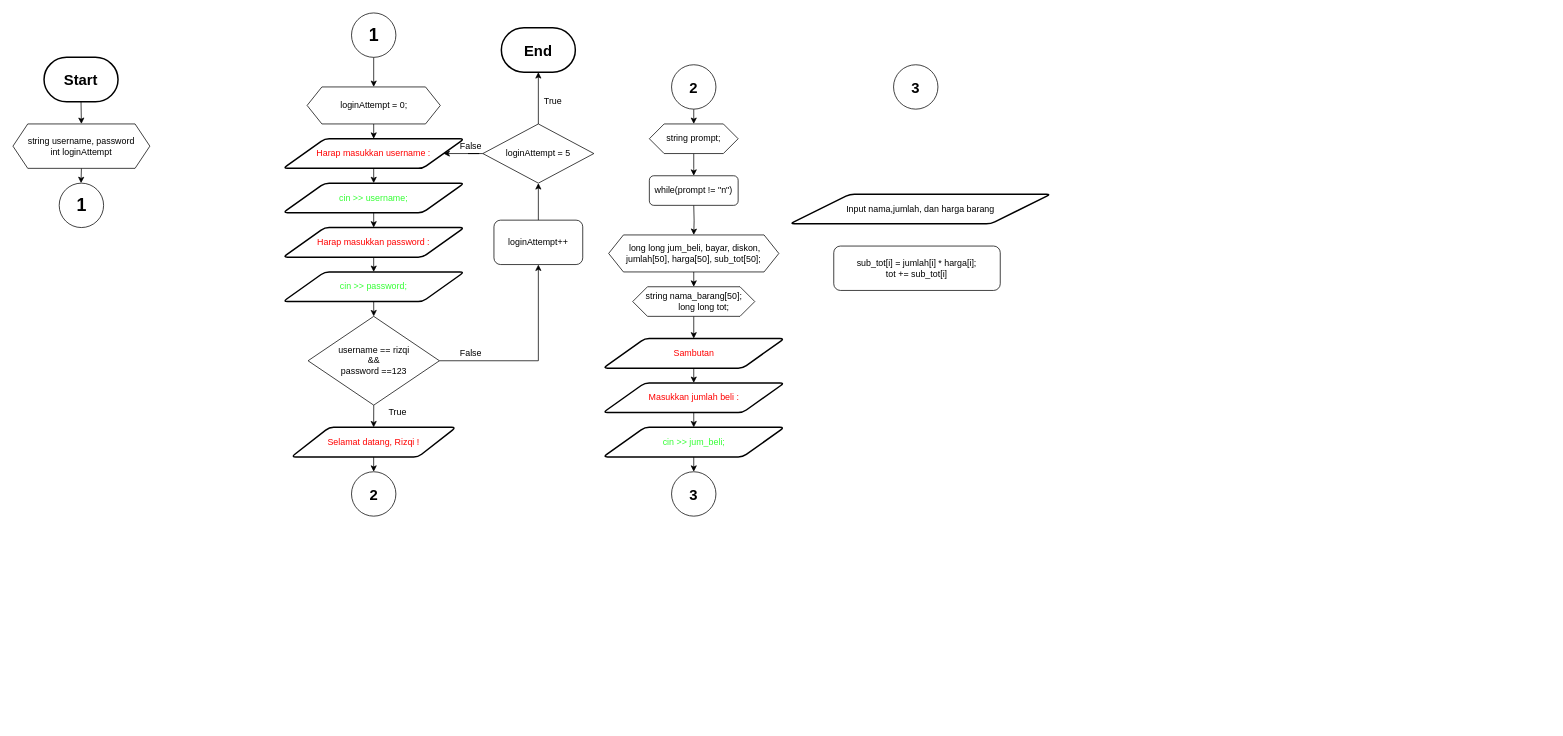
The draw.io diagram Pemrograman Dasar/UAS/Untitled Diagram.drawio in Rizqirazkafi/Kuliah, before the edit. Source tidied: cells renumbered, new cells numbered last; positions are measured from the earlier drawing's top-left corner, leaving out a move shared by most shapes. Both pictures are drawn from the tidied source at 74%, with x=0, y=0 at pixel (13, 13).
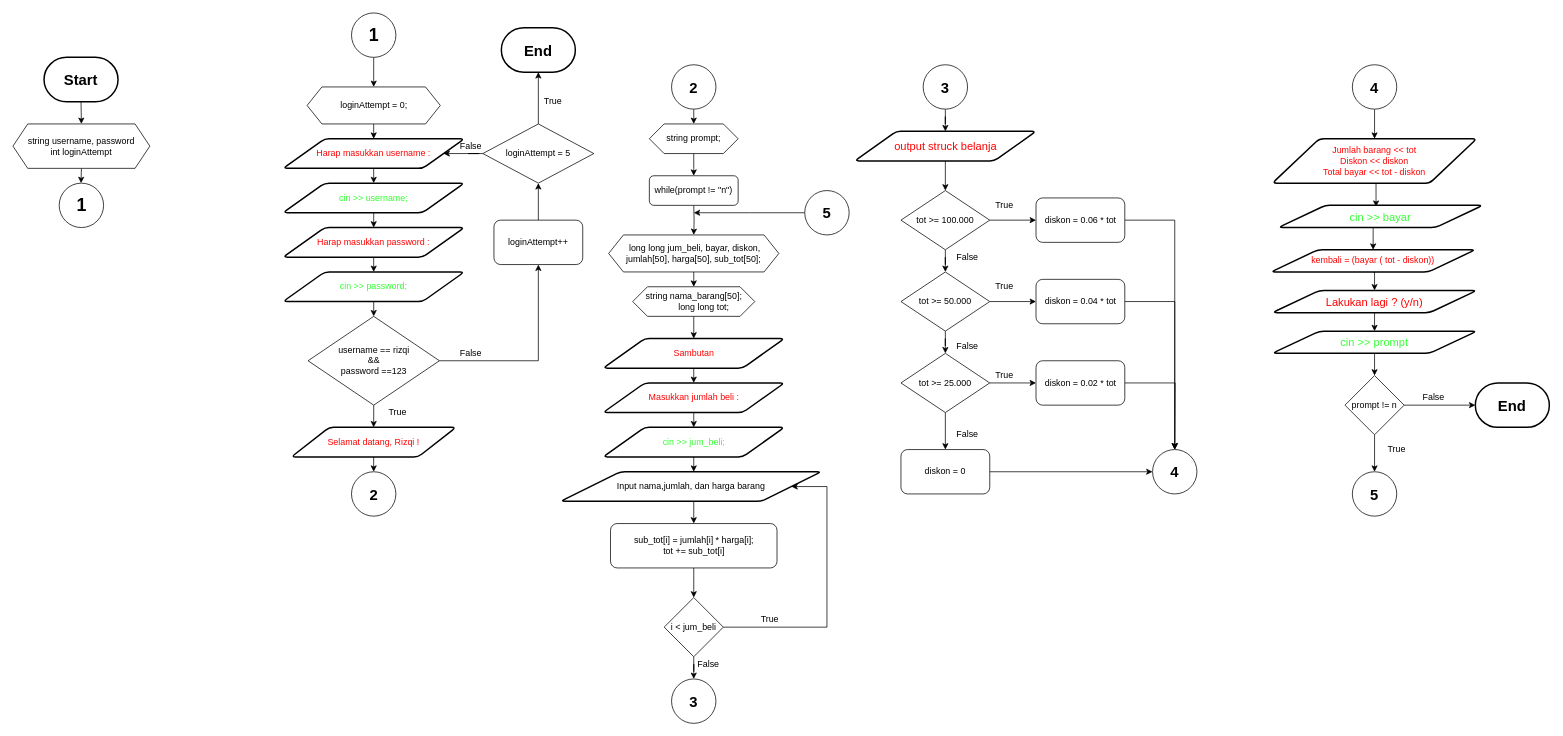
Above is the later version.

Unchanged cells that the change refers to:
```xml
<mxCell id="43" value="&lt;font color=&quot;#33FF33&quot;&gt;cin &amp;gt;&amp;gt; jum_beli;&lt;/font&gt;" style="shape=parallelogram;html=1;strokeWidth=2;perimeter=parallelogramPerimeter;whiteSpace=wrap;rounded=1;arcSize=12;size=0.23;" parent="1" vertex="1">
  <mxGeometry x="797.5" y="560" width="245" height="40" as="geometry" />
</mxCell>
```

What changed in the source:
```diff
@@
-    <mxCell id="42" style="edgeStyle=orthogonalEdgeStyle;rounded=0;jettySize=auto;html=1;exitX=0.5;exitY=1;exitDx=0;exitDy=0;entryX=0.5;entryY=0;entryDx=0;entryDy=0;" parent="1" edge="1" source="43" target="48">
-      <mxGeometry relative="1" as="geometry" />
+    <mxCell id="42" style="edgeStyle=orthogonalEdgeStyle;rounded=0;jettySize=auto;html=1;exitX=0.5;exitY=1;exitDx=0;exitDy=0;entryX=0.5;entryY=0;entryDx=0;entryDy=0;" parent="1" edge="1" source="43">
+      <mxGeometry relative="1" as="geometry">
+        <mxPoint x="920" y="620" as="targetPoint" />
+      </mxGeometry>
     </mxCell>
@@
-    <mxCell id="48" value="&lt;b&gt;&lt;font style=&quot;font-size: 20px&quot;&gt;3&lt;/font&gt;&lt;/b&gt;" style="ellipse;whiteSpace=wrap;html=1;" parent="1" vertex="1">
-      <mxGeometry x="890" y="620" width="60" height="60" as="geometry" />
-    </mxCell>
@@
-    <mxCell id="51" value="&lt;b&gt;&lt;font style=&quot;font-size: 20px&quot;&gt;3&lt;/font&gt;&lt;/b&gt;" style="ellipse;whiteSpace=wrap;html=1;" parent="1" vertex="1">
-      <mxGeometry x="1190" y="70" width="60" height="60" as="geometry" />
-    </mxCell>
@@
+    <mxCell id="55" style="edgeStyle=orthogonalEdgeStyle;rounded=0;jettySize=auto;html=1;exitX=0.5;exitY=1;exitDx=0;exitDy=0;entryX=0.5;entryY=0;entryDx=0;entryDy=0;" parent="1" edge="1" source="53" target="54">
+      <mxGeometry relative="1" as="geometry" />
+    </mxCell>
     <mxCell id="53" value="Input nama,jumlah, dan harga barang" style="shape=parallelogram;html=1;strokeWidth=2;perimeter=parallelogramPerimeter;whiteSpace=wrap;rounded=1;arcSize=12;size=0.23;" parent="1" vertex="1">
-      <mxGeometry x="1050" y="245" width="352.5" height="40" as="geometry" />
+      <mxGeometry x="740" y="620" width="352.5" height="40" as="geometry" />
     </mxCell>
+    <mxCell id="56" style="edgeStyle=orthogonalEdgeStyle;rounded=0;jettySize=auto;html=1;" parent="1" edge="1" source="54" target="59">
+      <mxGeometry relative="1" as="geometry" />
+    </mxCell>
     <mxCell id="54" value="&lt;div&gt;sub_tot[i] = jumlah[i] * harga[i];&lt;/div&gt;&lt;div&gt;tot += sub_tot[i]&lt;br&gt;&lt;/div&gt;" style="rounded=1;whiteSpace=wrap;html=1;" parent="1" vertex="1">
-      <mxGeometry x="1109.2" y="315" width="225" height="60" as="geometry" />
+      <mxGeometry x="807.5" y="690" width="225" height="60" as="geometry" />
     </mxCell>
+    <mxCell id="57" style="edgeStyle=orthogonalEdgeStyle;rounded=0;jettySize=auto;html=1;exitX=1;exitY=0.5;exitDx=0;exitDy=0;entryX=1;entryY=0.5;entryDx=0;entryDy=0;" parent="1" edge="1" source="59" target="53">
+      <mxGeometry relative="1" as="geometry">
+        <Array as="points">
+          <mxPoint x="1100" y="830" />
+          <mxPoint x="1100" y="640" />
+        </Array>
+      </mxGeometry>
+    </mxCell>
+    <mxCell id="58" style="edgeStyle=orthogonalEdgeStyle;rounded=0;jettySize=auto;html=1;" parent="1" edge="1" source="59" target="60">
+      <mxGeometry relative="1" as="geometry" />
+    </mxCell>
+    <mxCell id="59" value="i &amp;lt; jum_beli " style="rhombus;whiteSpace=wrap;html=1;" parent="1" vertex="1">
+      <mxGeometry x="880" y="790" width="80" height="80" as="geometry" />
+    </mxCell>
+    <mxCell id="60" value="&lt;b&gt;&lt;font style=&quot;font-size: 20px&quot;&gt;3&lt;/font&gt;&lt;/b&gt;" style="ellipse;whiteSpace=wrap;html=1;" parent="1" vertex="1">
+      <mxGeometry x="890" y="900" width="60" height="60" as="geometry" />
+    </mxCell>
+    <mxCell id="61" value="True" style="text;html=1;strokeColor=none;fillColor=none;align=center;verticalAlign=middle;whiteSpace=wrap;rounded=0;" parent="1" vertex="1">
+      <mxGeometry x="1002.5" y="810" width="40" height="20" as="geometry" />
+    </mxCell>
+    <mxCell id="62" value="False" style="text;html=1;strokeColor=none;fillColor=none;align=center;verticalAlign=middle;whiteSpace=wrap;rounded=0;" parent="1" vertex="1">
+      <mxGeometry x="920" y="870" width="40" height="20" as="geometry" />
+    </mxCell>
+    <mxCell id="63" style="edgeStyle=orthogonalEdgeStyle;rounded=0;jettySize=auto;html=1;exitX=0.5;exitY=1;exitDx=0;exitDy=0;" parent="1" edge="1" source="64" target="66">
+      <mxGeometry relative="1" as="geometry" />
+    </mxCell>
+    <mxCell id="64" value="&lt;b&gt;&lt;font style=&quot;font-size: 20px&quot;&gt;3&lt;/font&gt;&lt;/b&gt;" style="ellipse;whiteSpace=wrap;html=1;" parent="1" vertex="1">
+      <mxGeometry x="1230" y="70" width="60" height="60" as="geometry" />
+    </mxCell>
+    <mxCell id="65" style="edgeStyle=orthogonalEdgeStyle;rounded=0;jettySize=auto;html=1;" parent="1" edge="1" source="66" target="69">
+      <mxGeometry relative="1" as="geometry" />
+    </mxCell>
+    <mxCell id="66" value="&lt;font style=&quot;font-size: 15px&quot; color=&quot;#FF0000&quot;&gt;output struck belanja&lt;br&gt;&lt;/font&gt;" style="shape=parallelogram;html=1;strokeWidth=2;perimeter=parallelogramPerimeter;whiteSpace=wrap;rounded=1;arcSize=12;size=0.23;" parent="1" vertex="1">
+      <mxGeometry x="1137.5" y="160" width="245" height="40" as="geometry" />
+    </mxCell>
+    <mxCell id="67" style="edgeStyle=orthogonalEdgeStyle;rounded=0;jettySize=auto;html=1;" parent="1" edge="1" source="69" target="74">
+      <mxGeometry relative="1" as="geometry" />
+    </mxCell>
+    <mxCell id="68" style="edgeStyle=orthogonalEdgeStyle;rounded=0;jettySize=auto;html=1;" parent="1" edge="1" source="69" target="71">
+      <mxGeometry relative="1" as="geometry" />
+    </mxCell>
+    <mxCell id="69" value="tot &amp;gt;= 100.000" style="rhombus;whiteSpace=wrap;html=1;" parent="1" vertex="1">
+      <mxGeometry x="1200" y="240" width="120" height="80" as="geometry" />
+    </mxCell>
+    <mxCell id="70" style="edgeStyle=orthogonalEdgeStyle;rounded=0;jettySize=auto;html=1;exitX=1;exitY=0.5;exitDx=0;exitDy=0;" parent="1" edge="1" source="71" target="90">
+      <mxGeometry relative="1" as="geometry" />
+    </mxCell>
+    <mxCell id="71" value="diskon = 0.06 * tot" style="rounded=1;whiteSpace=wrap;html=1;" parent="1" vertex="1">
+      <mxGeometry x="1382.5" y="250" width="120" height="60" as="geometry" />
+    </mxCell>
+    <mxCell id="72" style="edgeStyle=orthogonalEdgeStyle;rounded=0;jettySize=auto;html=1;" parent="1" edge="1" source="74" target="77">
+      <mxGeometry relative="1" as="geometry" />
+    </mxCell>
+    <mxCell id="73" style="edgeStyle=orthogonalEdgeStyle;rounded=0;jettySize=auto;html=1;" parent="1" edge="1" source="74" target="79">
+      <mxGeometry relative="1" as="geometry" />
+    </mxCell>
+    <mxCell id="74" value="tot &amp;gt;= 50.000" style="rhombus;whiteSpace=wrap;html=1;" parent="1" vertex="1">
+      <mxGeometry x="1200" y="350" width="120" height="80" as="geometry" />
+    </mxCell>
+    <mxCell id="75" style="edgeStyle=orthogonalEdgeStyle;rounded=0;jettySize=auto;html=1;" parent="1" edge="1" source="77" target="81">
+      <mxGeometry relative="1" as="geometry" />
+    </mxCell>
+    <mxCell id="76" style="edgeStyle=orthogonalEdgeStyle;rounded=0;jettySize=auto;html=1;" parent="1" edge="1" source="77" target="89">
+      <mxGeometry relative="1" as="geometry" />
+    </mxCell>
+    <mxCell id="77" value="tot &amp;gt;= 25.000" style="rhombus;whiteSpace=wrap;html=1;" parent="1" vertex="1">
+      <mxGeometry x="1200" y="460" width="120" height="80" as="geometry" />
+    </mxCell>
+    <mxCell id="78" style="edgeStyle=orthogonalEdgeStyle;rounded=0;jettySize=auto;html=1;exitX=1;exitY=0.5;exitDx=0;exitDy=0;" parent="1" edge="1" source="79" target="90">
+      <mxGeometry relative="1" as="geometry" />
+    </mxCell>
+    <mxCell id="79" value="diskon = 0.04 * tot" style="rounded=1;whiteSpace=wrap;html=1;" parent="1" vertex="1">
+      <mxGeometry x="1382.5" y="360" width="120" height="60" as="geometry" />
+    </mxCell>
+    <mxCell id="80" style="edgeStyle=orthogonalEdgeStyle;rounded=0;jettySize=auto;html=1;exitX=1;exitY=0.5;exitDx=0;exitDy=0;" parent="1" edge="1" source="81">
+      <mxGeometry relative="1" as="geometry">
+        <mxPoint x="1570" y="590" as="targetPoint" />
+      </mxGeometry>
+    </mxCell>
+    <mxCell id="81" value="diskon = 0.02 * tot" style="rounded=1;whiteSpace=wrap;html=1;" parent="1" vertex="1">
+      <mxGeometry x="1382.5" y="470" width="120" height="60" as="geometry" />
+    </mxCell>
+    <mxCell id="82" value="True" style="text;html=1;strokeColor=none;fillColor=none;align=center;verticalAlign=middle;whiteSpace=wrap;rounded=0;" parent="1" vertex="1">
+      <mxGeometry x="1320" y="250" width="40" height="20" as="geometry" />
+    </mxCell>
+    <mxCell id="83" value="True" style="text;html=1;strokeColor=none;fillColor=none;align=center;verticalAlign=middle;whiteSpace=wrap;rounded=0;" parent="1" vertex="1">
+      <mxGeometry x="1320" y="360" width="40" height="20" as="geometry" />
+    </mxCell>
+    <mxCell id="84" value="True" style="text;html=1;strokeColor=none;fillColor=none;align=center;verticalAlign=middle;whiteSpace=wrap;rounded=0;" parent="1" vertex="1">
+      <mxGeometry x="1320" y="480" width="40" height="20" as="geometry" />
+    </mxCell>
+    <mxCell id="85" value="False" style="text;html=1;strokeColor=none;fillColor=none;align=center;verticalAlign=middle;whiteSpace=wrap;rounded=0;" parent="1" vertex="1">
+      <mxGeometry x="1270" y="320" width="40" height="20" as="geometry" />
+    </mxCell>
+    <mxCell id="86" value="False" style="text;html=1;strokeColor=none;fillColor=none;align=center;verticalAlign=middle;whiteSpace=wrap;rounded=0;" parent="1" vertex="1">
+      <mxGeometry x="1270" y="440" width="40" height="20" as="geometry" />
+    </mxCell>
+    <mxCell id="87" value="False" style="text;html=1;strokeColor=none;fillColor=none;align=center;verticalAlign=middle;whiteSpace=wrap;rounded=0;" parent="1" vertex="1">
+      <mxGeometry x="1270" y="560" width="40" height="20" as="geometry" />
+    </mxCell>
+    <mxCell id="88" style="edgeStyle=orthogonalEdgeStyle;rounded=0;jettySize=auto;html=1;exitX=1;exitY=0.5;exitDx=0;exitDy=0;" parent="1" edge="1" source="89" target="90">
+      <mxGeometry relative="1" as="geometry" />
+    </mxCell>
+    <mxCell id="89" value="diskon = 0" style="rounded=1;whiteSpace=wrap;html=1;" parent="1" vertex="1">
+      <mxGeometry x="1200" y="590" width="120" height="60" as="geometry" />
+    </mxCell>
+    <mxCell id="90" value="&lt;b&gt;&lt;font style=&quot;font-size: 20px&quot;&gt;4&lt;/font&gt;&lt;/b&gt;" style="ellipse;whiteSpace=wrap;html=1;" parent="1" vertex="1">
+      <mxGeometry x="1540" y="590" width="60" height="60" as="geometry" />
+    </mxCell>
+    <mxCell id="91" style="edgeStyle=orthogonalEdgeStyle;rounded=0;jettySize=auto;html=1;exitX=0.5;exitY=1;exitDx=0;exitDy=0;entryX=0.5;entryY=0;entryDx=0;entryDy=0;" parent="1" edge="1" source="92" target="94">
+      <mxGeometry relative="1" as="geometry" />
+    </mxCell>
+    <mxCell id="92" value="&lt;b&gt;&lt;font style=&quot;font-size: 20px&quot;&gt;4&lt;/font&gt;&lt;/b&gt;" style="ellipse;whiteSpace=wrap;html=1;" parent="1" vertex="1">
+      <mxGeometry x="1810" y="70" width="60" height="60" as="geometry" />
+    </mxCell>
+    <mxCell id="93" style="edgeStyle=orthogonalEdgeStyle;rounded=0;jettySize=auto;html=1;exitX=0.5;exitY=1;exitDx=0;exitDy=0;entryX=0.478;entryY=0.067;entryDx=0;entryDy=0;entryPerimeter=0;" parent="1" edge="1" source="94" target="96">
+      <mxGeometry relative="1" as="geometry" />
+    </mxCell>
+    <mxCell id="94" value="&lt;div&gt;&lt;font color=&quot;#FF0000&quot;&gt;Jumlah barang &amp;lt;&amp;lt; tot&lt;/font&gt;&lt;/div&gt;&lt;div&gt;&lt;font color=&quot;#FF0000&quot;&gt;Diskon &amp;lt;&amp;lt; diskon&lt;/font&gt;&lt;/div&gt;&lt;div&gt;&lt;font color=&quot;#FF0000&quot;&gt;Total bayar &amp;lt;&amp;lt; tot - diskon&lt;/font&gt;&lt;/div&gt;" style="shape=parallelogram;html=1;strokeWidth=2;perimeter=parallelogramPerimeter;whiteSpace=wrap;rounded=1;arcSize=12;size=0.23;" parent="1" vertex="1">
+      <mxGeometry x="1701.9" y="170" width="276.2" height="60" as="geometry" />
+    </mxCell>
+    <mxCell id="95" style="edgeStyle=orthogonalEdgeStyle;rounded=0;jettySize=auto;html=1;exitX=0.5;exitY=1;exitDx=0;exitDy=0;entryX=0.5;entryY=0;entryDx=0;entryDy=0;" parent="1" edge="1" source="96" target="98">
+      <mxGeometry relative="1" as="geometry" />
+    </mxCell>
+    <mxCell id="96" value="&lt;font style=&quot;font-size: 15px&quot; color=&quot;#33FF33&quot;&gt;cin &amp;gt;&amp;gt; bayar&lt;br&gt;&lt;/font&gt;" style="shape=parallelogram;html=1;strokeWidth=2;perimeter=parallelogramPerimeter;whiteSpace=wrap;rounded=1;arcSize=12;size=0.23;" parent="1" vertex="1">
+      <mxGeometry x="1710" y="260" width="276.2" height="30" as="geometry" />
+    </mxCell>
+    <mxCell id="97" style="edgeStyle=orthogonalEdgeStyle;rounded=0;jettySize=auto;html=1;exitX=0.5;exitY=1;exitDx=0;exitDy=0;entryX=0.5;entryY=0;entryDx=0;entryDy=0;" parent="1" edge="1" source="98" target="100">
+      <mxGeometry relative="1" as="geometry" />
+    </mxCell>
+    <mxCell id="98" value="&lt;font color=&quot;#FF0000&quot;&gt;kembali = (bayar ( tot - diskon))&lt;/font&gt;" style="shape=parallelogram;html=1;strokeWidth=2;perimeter=parallelogramPerimeter;whiteSpace=wrap;rounded=1;arcSize=12;size=0.23;" parent="1" vertex="1">
+      <mxGeometry x="1700" y="320" width="276.2" height="30" as="geometry" />
+    </mxCell>
+    <mxCell id="99" style="edgeStyle=orthogonalEdgeStyle;rounded=0;jettySize=auto;html=1;exitX=0.5;exitY=1;exitDx=0;exitDy=0;entryX=0.5;entryY=0;entryDx=0;entryDy=0;" parent="1" edge="1" source="100" target="102">
+      <mxGeometry relative="1" as="geometry" />
+    </mxCell>
+    <mxCell id="100" value="&lt;font style=&quot;font-size: 15px&quot; color=&quot;#FF0000&quot;&gt;Lakukan lagi ? (y/n)&lt;/font&gt;" style="shape=parallelogram;html=1;strokeWidth=2;perimeter=parallelogramPerimeter;whiteSpace=wrap;rounded=1;arcSize=12;size=0.23;" parent="1" vertex="1">
+      <mxGeometry x="1701.9" y="375" width="276.2" height="30" as="geometry" />
+    </mxCell>
+    <mxCell id="101" style="edgeStyle=orthogonalEdgeStyle;rounded=0;jettySize=auto;html=1;exitX=0.5;exitY=1;exitDx=0;exitDy=0;entryX=0.5;entryY=0;entryDx=0;entryDy=0;" parent="1" edge="1" source="102" target="105">
+      <mxGeometry relative="1" as="geometry" />
+    </mxCell>
+    <mxCell id="102" value="&lt;font style=&quot;font-size: 15px&quot; color=&quot;#33FF33&quot;&gt;cin &amp;gt;&amp;gt; prompt&lt;br&gt;&lt;/font&gt;" style="shape=parallelogram;html=1;strokeWidth=2;perimeter=parallelogramPerimeter;whiteSpace=wrap;rounded=1;arcSize=12;size=0.23;" parent="1" vertex="1">
+      <mxGeometry x="1701.9" y="430" width="276.2" height="30" as="geometry" />
+    </mxCell>
+    <mxCell id="103" style="edgeStyle=orthogonalEdgeStyle;rounded=0;jettySize=auto;html=1;" parent="1" edge="1" source="105" target="109">
+      <mxGeometry relative="1" as="geometry" />
+    </mxCell>
+    <mxCell id="104" style="edgeStyle=orthogonalEdgeStyle;rounded=0;jettySize=auto;html=1;exitX=1;exitY=0.5;exitDx=0;exitDy=0;entryX=0;entryY=0.5;entryDx=0;entryDy=0;entryPerimeter=0;" parent="1" edge="1" source="105" target="110">
+      <mxGeometry relative="1" as="geometry" />
+    </mxCell>
+    <mxCell id="105" value="prompt != n" style="rhombus;whiteSpace=wrap;html=1;" parent="1" vertex="1">
+      <mxGeometry x="1800" y="490" width="80" height="80" as="geometry" />
+    </mxCell>
+    <mxCell id="106" value="True" style="text;html=1;strokeColor=none;fillColor=none;align=center;verticalAlign=middle;whiteSpace=wrap;rounded=0;" parent="1" vertex="1">
+      <mxGeometry x="1850" y="580" width="40" height="20" as="geometry" />
+    </mxCell>
+    <mxCell id="107" value="False" style="text;html=1;strokeColor=none;fillColor=none;align=center;verticalAlign=middle;whiteSpace=wrap;rounded=0;" parent="1" vertex="1">
+      <mxGeometry x="1900" y="510" width="40" height="20" as="geometry" />
+    </mxCell>
+    <mxCell id="108" style="edgeStyle=orthogonalEdgeStyle;rounded=0;orthogonalLoop=1;jettySize=auto;html=1;exitX=0.5;exitY=1;exitDx=0;exitDy=0;" parent="1" edge="1" source="107" target="107">
+      <mxGeometry relative="1" as="geometry" />
+    </mxCell>
+    <mxCell id="109" value="&lt;b&gt;&lt;font style=&quot;font-size: 20px&quot;&gt;5&lt;/font&gt;&lt;/b&gt;" style="ellipse;whiteSpace=wrap;html=1;" parent="1" vertex="1">
+      <mxGeometry x="1810" y="620" width="60" height="60" as="geometry" />
+    </mxCell>
+    <mxCell id="110" value="&lt;b&gt;&lt;font style=&quot;font-size: 20px&quot;&gt;End&lt;/font&gt;&lt;/b&gt;" style="strokeWidth=2;html=1;shape=mxgraph.flowchart.terminator;whiteSpace=wrap;" parent="1" vertex="1">
+      <mxGeometry x="1976.2" y="500" width="100" height="60" as="geometry" />
+    </mxCell>
+    <mxCell id="111" style="edgeStyle=orthogonalEdgeStyle;rounded=0;jettySize=auto;html=1;exitX=0;exitY=0.5;exitDx=0;exitDy=0;" parent="1" edge="1" source="112">
+      <mxGeometry relative="1" as="geometry">
+        <mxPoint x="920" y="270" as="targetPoint" />
+      </mxGeometry>
+    </mxCell>
+    <mxCell id="112" value="&lt;b&gt;&lt;font style=&quot;font-size: 20px&quot;&gt;5&lt;/font&gt;&lt;/b&gt;" style="ellipse;whiteSpace=wrap;html=1;" parent="1" vertex="1">
+      <mxGeometry x="1070" y="240" width="60" height="60" as="geometry" />
+    </mxCell>
```
